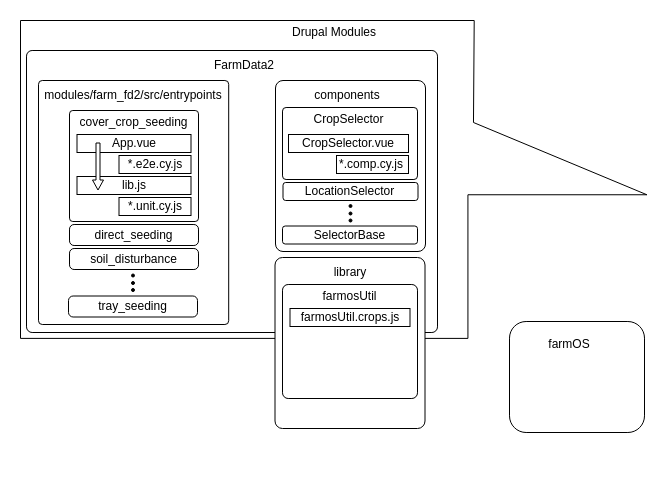
The draw.io diagram FD2-Architecture.drawio in FarmData2/FD2-Diagrams, before the edit. Source tidied: cells renumbered, new cells numbered last; positions are measured from the earlier drawing's top-left corner, leaving out a move shared by most shapes. Both pictures are drawn from the tidied source at 100%, with x=0, y=0 at pixel (20, 17).
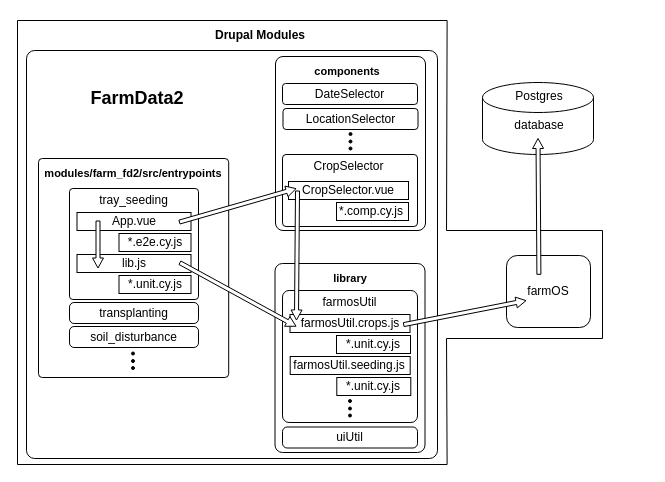
The same diagram, later.

Commit message:
complete diagram

What changed in the source:
```diff
@@
-    <mxCell id="2" style="verticalLabelPosition=bottom;verticalAlign=top;html=1;shape=mxgraph.basic.polygon;polyCoords=[[0,0],[0.72431,0],[0.72315,0.32083],[1,0.54815],[0.71429,0.54815],[0.71429,1],[0,1],[0,0]];polyline=1;fillColor=none;labelPerimeter=1;polyCurves=[[],[],[],[],[],[],[],[]];" parent="1" vertex="1">
-      <mxGeometry y="3" width="626.4" height="317.9" as="geometry" />
+    <mxCell id="2" style="verticalLabelPosition=bottom;verticalAlign=top;html=1;shape=mxgraph.basic.polygon;polyCoords=[[0,0],[0.73387,0],[0.73287,0.47297],[0.99937,0.47297],[0.99937,0.71622],[0.73287,0.71622],[0.73387,1],[0,1],[0,0]];polyline=1;fillColor=none;labelPerimeter=1;polyCurves=[[],[],[],[],[],[],[],[],[]];" parent="1" vertex="1">
+      <mxGeometry x="-3" y="3" width="585.4" height="444" as="geometry" />
     </mxCell>
     <mxCell id="3" style="rounded=1;whiteSpace=wrap;html=1;roundedPerimeter=1;arcSize=2;" parent="1" vertex="1">
-      <mxGeometry x="6" y="33" width="411" height="282" as="geometry" />
+      <mxGeometry x="6" y="33" width="411" height="408" as="geometry" />
     </mxCell>
+    <mxCell id="9" style="rounded=1;whiteSpace=wrap;html=1;roundedPerimeter=1;arcSize=2;" parent="1" vertex="1">
+      <mxGeometry x="18" y="141" width="190.2" height="219" as="geometry" />
+    </mxCell>
-    <mxCell id="4" value="Drupal Modules" style="text;html=1;whiteSpace=wrap;strokeColor=none;fillColor=none;align=center;verticalAlign=middle;rounded=0;" parent="1" vertex="1">
-      <mxGeometry x="262.5" width="102" height="30" as="geometry" />
+    <mxCell id="4" value="Drupal Modules" style="text;html=1;whiteSpace=wrap;strokeColor=none;fillColor=none;align=center;verticalAlign=middle;rounded=0;fontStyle=1;" parent="1" vertex="1">
+      <mxGeometry x="189" y="3" width="102" height="30" as="geometry" />
     </mxCell>
     <mxCell id="5" style="rounded=1;whiteSpace=wrap;html=1;roundedPerimeter=1;" parent="1" vertex="1">
-      <mxGeometry x="489" y="304" width="135" height="111" as="geometry" />
+      <mxGeometry x="486" y="238" width="84" height="72" as="geometry" />
     </mxCell>
     <mxCell id="6" value="farmOS" style="text;html=1;whiteSpace=wrap;strokeColor=none;fillColor=none;align=center;verticalAlign=middle;rounded=0;" parent="1" vertex="1">
-      <mxGeometry x="519" y="312" width="60" height="30" as="geometry" />
+      <mxGeometry x="498" y="259" width="60" height="30" as="geometry" />
     </mxCell>
-    <mxCell id="7" value="FarmData2" style="text;html=1;whiteSpace=wrap;strokeColor=none;fillColor=none;align=center;verticalAlign=middle;rounded=0;" parent="1" vertex="1">
-      <mxGeometry x="193.5" y="33" width="60" height="30" as="geometry" />
+    <mxCell id="7" value="FarmData2" style="text;html=1;whiteSpace=wrap;strokeColor=none;fillColor=none;align=center;verticalAlign=middle;rounded=0;fontStyle=1;fontSize=18;" parent="1" vertex="1">
+      <mxGeometry x="87" y="66" width="60" height="30" as="geometry" />
     </mxCell>
-    <mxCell id="8" style="group;" parent="1" vertex="1">
-      <mxGeometry x="18" y="63" width="190.2" height="244" as="geometry" />
-    </mxCell>
-    <mxCell id="9" style="rounded=1;whiteSpace=wrap;html=1;roundedPerimeter=1;arcSize=2;" parent="8" vertex="1">
-      <mxGeometry width="190.2" height="244" as="geometry" />
-    </mxCell>
-    <mxCell id="10" value="modules/farm_fd2/src/entrypoints" style="text;html=1;whiteSpace=wrap;strokeColor=none;fillColor=none;align=center;verticalAlign=middle;rounded=0;" parent="8" vertex="1">
-      <mxGeometry width="190.2" height="30" as="geometry" />
+    <mxCell id="10" value="modules/farm_fd2/src/entrypoints" style="text;html=1;whiteSpace=wrap;strokeColor=none;fillColor=none;align=center;verticalAlign=middle;rounded=0;fontStyle=1;fontSize=11;" parent="1" vertex="1">
+      <mxGeometry x="18" y="141" width="190.2" height="30" as="geometry" />
     </mxCell>
-    <mxCell id="11" style="group;" parent="8" vertex="1">
-      <mxGeometry x="30" y="27" width="130" height="214" as="geometry" />
+    <mxCell id="11" style="group;" parent="1" vertex="1">
+      <mxGeometry x="48" y="168" width="130" height="214" as="geometry" />
     </mxCell>
@@
-    <mxCell id="13" value="cover_crop_seeding" style="text;html=1;whiteSpace=wrap;strokeColor=none;fillColor=none;align=center;verticalAlign=middle;rounded=0;" parent="11" vertex="1">
+    <mxCell id="13" value="tray_seeding" style="text;html=1;whiteSpace=wrap;strokeColor=none;fillColor=none;align=center;verticalAlign=middle;rounded=0;" parent="11" vertex="1">
       <mxGeometry x="1" width="129" height="30" as="geometry" />
     </mxCell>
@@
-    <mxCell id="15" style="rounded=1;whiteSpace=wrap;html=1;roundedPerimeter=1;arcSize=22;" parent="11" vertex="1">
-      <mxGeometry y="188.5" width="129" height="21" as="geometry" />
-    </mxCell>
@@
-    <mxCell id="25" value="direct_seeding" style="text;html=1;whiteSpace=wrap;strokeColor=none;fillColor=none;align=center;verticalAlign=middle;rounded=0;" parent="11" vertex="1">
+    <mxCell id="25" value="transplanting" style="text;html=1;whiteSpace=wrap;strokeColor=none;fillColor=none;align=center;verticalAlign=middle;rounded=0;" parent="11" vertex="1">
       <mxGeometry x="1" y="112.5" width="129" height="30" as="geometry" />
     </mxCell>
@@
-    <mxCell id="32" value="tray_seeding" style="text;html=1;whiteSpace=wrap;strokeColor=none;fillColor=none;align=center;verticalAlign=middle;rounded=0;" parent="11" vertex="1">
-      <mxGeometry y="184" width="129" height="30" as="geometry" />
-    </mxCell>
+    <mxCell id="55" style="group;" parent="1" vertex="1">
+      <mxGeometry x="254.5" y="246" width="150.5" height="189" as="geometry" />
+    </mxCell>
+    <mxCell id="49" style="rounded=1;whiteSpace=wrap;html=1;roundedPerimeter=1;arcSize=5;" parent="55" vertex="1">
+      <mxGeometry width="150" height="189" as="geometry" />
+    </mxCell>
+    <mxCell id="50" value="library" style="text;html=1;whiteSpace=wrap;strokeColor=none;fillColor=none;align=center;verticalAlign=middle;rounded=0;fontStyle=1;fontSize=11;" parent="55" vertex="1">
+      <mxGeometry x="0.5" width="150" height="30" as="geometry" />
+    </mxCell>
+    <mxCell id="51" style="rounded=1;whiteSpace=wrap;html=1;roundedPerimeter=1;arcSize=5;" parent="55" vertex="1">
+      <mxGeometry x="7.5" y="27" width="135" height="132" as="geometry" />
+    </mxCell>
+    <mxCell id="52" value="farmosUtil" style="text;html=1;whiteSpace=wrap;strokeColor=none;fillColor=none;align=center;verticalAlign=middle;rounded=0;" parent="55" vertex="1">
+      <mxGeometry x="7.5" y="24" width="135" height="30" as="geometry" />
+    </mxCell>
+    <mxCell id="53" style="rounded=0;whiteSpace=wrap;html=1;" parent="55" vertex="1">
+      <mxGeometry x="15" y="51" width="120" height="18" as="geometry" />
+    </mxCell>
+    <mxCell id="54" value="farmosUtil.crops.js" style="text;html=1;whiteSpace=wrap;strokeColor=none;fillColor=none;align=center;verticalAlign=middle;rounded=0;" parent="55" vertex="1">
+      <mxGeometry x="15" y="45" width="120" height="30" as="geometry" />
+    </mxCell>
+    <mxCell id="56" style="rounded=0;whiteSpace=wrap;html=1;" parent="55" vertex="1">
+      <mxGeometry x="61.5" y="72" width="74" height="18" as="geometry" />
+    </mxCell>
+    <mxCell id="57" value="*.unit.cy.js" style="text;html=1;whiteSpace=wrap;strokeColor=none;fillColor=none;align=center;verticalAlign=middle;rounded=0;" parent="55" vertex="1">
+      <mxGeometry x="62.5" y="66" width="72" height="30" as="geometry" />
+    </mxCell>
+    <mxCell id="58" style="rounded=0;whiteSpace=wrap;html=1;" parent="55" vertex="1">
+      <mxGeometry x="15.2" y="93" width="120" height="18" as="geometry" />
+    </mxCell>
+    <mxCell id="59" style="rounded=0;whiteSpace=wrap;html=1;" parent="55" vertex="1">
+      <mxGeometry x="61.8" y="114" width="74" height="18" as="geometry" />
+    </mxCell>
+    <mxCell id="60" value="*.unit.cy.js" style="text;html=1;whiteSpace=wrap;strokeColor=none;fillColor=none;align=center;verticalAlign=middle;rounded=0;" parent="55" vertex="1">
+      <mxGeometry x="62.8" y="108" width="72" height="30" as="geometry" />
+    </mxCell>
+    <mxCell id="61" value="farmosUtil.seeding.js" style="text;html=1;whiteSpace=wrap;strokeColor=none;fillColor=none;align=center;verticalAlign=middle;rounded=0;" parent="55" vertex="1">
+      <mxGeometry x="14.8" y="87" width="120" height="30" as="geometry" />
+    </mxCell>
+    <mxCell id="62" style="ellipse;whiteSpace=wrap;html=1;shapeInside=1;fillColor=#000000;" parent="55" vertex="1">
+      <mxGeometry x="73.5" y="136" width="3" height="3" as="geometry" />
+    </mxCell>
+    <mxCell id="63" style="ellipse;whiteSpace=wrap;html=1;shapeInside=1;fillColor=#000000;" parent="55" vertex="1">
+      <mxGeometry x="73.5" y="143.5" width="3" height="3" as="geometry" />
+    </mxCell>
+    <mxCell id="64" style="ellipse;whiteSpace=wrap;html=1;shapeInside=1;fillColor=#000000;" parent="55" vertex="1">
+      <mxGeometry x="73.5" y="150.5" width="3" height="3" as="geometry" />
+    </mxCell>
+    <mxCell id="65" style="rounded=1;whiteSpace=wrap;html=1;roundedPerimeter=1;arcSize=22;" parent="55" vertex="1">
+      <mxGeometry x="7.5" y="163.5" width="135" height="21" as="geometry" />
+    </mxCell>
+    <mxCell id="66" value="uiUtil" style="text;html=1;whiteSpace=wrap;strokeColor=none;fillColor=none;align=center;verticalAlign=middle;rounded=0;" parent="55" vertex="1">
+      <mxGeometry x="10.2" y="159" width="129" height="30" as="geometry" />
+    </mxCell>
+    <mxCell id="67" style="edgeStyle=orthogonalEdgeStyle;rounded=0;orthogonalLoop=1;jettySize=auto;html=1;innerLoopWaypoints=1;exitX=0.5;exitY=1;exitDx=0;exitDy=0;defaultLabelBackgroundColor=page;" parent="55" edge="1" source="65" target="65">
+      <mxGeometry relative="1" as="geometry" />
+    </mxCell>
+    <mxCell id="68" style="shape=flexArrow;endArrow=classic;html=1;rounded=0;defaultLabelBackgroundColor=page;width=4;endSize=3;endWidth=6;entryX=0.054;entryY=0.6;entryDx=0;entryDy=0;fillColor=#FFFFFF;exitX=0.924;exitY=1.1;exitDx=0;exitDy=0;exitPerimeter=0;entryPerimeter=0;" parent="1" edge="1" target="54">
+      <mxGeometry relative="1" as="geometry">
+        <mxPoint x="159" y="245" as="sourcePoint" />
+      </mxGeometry>
+    </mxCell>
     <mxCell id="33" style="rounded=1;whiteSpace=wrap;html=1;roundedPerimeter=1;arcSize=5;" parent="1" vertex="1">
-      <mxGeometry x="255" y="63" width="150" height="171" as="geometry" />
+      <mxGeometry x="255" y="39" width="150" height="174" as="geometry" />
     </mxCell>
-    <mxCell id="34" value="components" style="text;html=1;whiteSpace=wrap;strokeColor=none;fillColor=none;align=center;verticalAlign=middle;rounded=0;" parent="1" vertex="1">
-      <mxGeometry x="297" y="63" width="60" height="30" as="geometry" />
+    <mxCell id="34" value="components" style="text;html=1;whiteSpace=wrap;strokeColor=none;fillColor=none;align=center;verticalAlign=middle;rounded=0;fontStyle=1;fontSize=11;" parent="1" vertex="1">
+      <mxGeometry x="297" y="39" width="60" height="30" as="geometry" />
     </mxCell>
+    <mxCell id="41" style="rounded=1;whiteSpace=wrap;html=1;roundedPerimeter=1;" parent="1" vertex="1">
+      <mxGeometry x="262" y="66" width="135" height="21" as="geometry" />
+    </mxCell>
+    <mxCell id="47" value="DateSelector" style="text;html=1;whiteSpace=wrap;strokeColor=none;fillColor=none;align=center;verticalAlign=middle;rounded=0;" parent="1" vertex="1">
+      <mxGeometry x="262" y="61.5" width="135" height="30" as="geometry" />
+    </mxCell>
+    <mxCell id="69" style="rounded=1;whiteSpace=wrap;html=1;roundedPerimeter=1;" parent="1" vertex="1">
+      <mxGeometry x="262.5" y="91" width="135" height="21" as="geometry" />
+    </mxCell>
+    <mxCell id="70" value="LocationSelector" style="text;html=1;whiteSpace=wrap;strokeColor=none;fillColor=none;align=center;verticalAlign=middle;rounded=0;" parent="1" vertex="1">
+      <mxGeometry x="262.5" y="86.5" width="135" height="30" as="geometry" />
+    </mxCell>
+    <mxCell id="44" style="ellipse;whiteSpace=wrap;html=1;shapeInside=1;fillColor=#000000;" parent="1" vertex="1">
+      <mxGeometry x="328.5" y="115" width="3" height="3" as="geometry" />
+    </mxCell>
+    <mxCell id="45" style="ellipse;whiteSpace=wrap;html=1;shapeInside=1;fillColor=#000000;" parent="1" vertex="1">
+      <mxGeometry x="328.5" y="122.5" width="3" height="3" as="geometry" />
+    </mxCell>
+    <mxCell id="46" style="ellipse;whiteSpace=wrap;html=1;shapeInside=1;fillColor=#000000;" parent="1" vertex="1">
+      <mxGeometry x="328.5" y="129.5" width="3" height="3" as="geometry" />
+    </mxCell>
+    <mxCell id="71" style="group;" parent="1" vertex="1">
+      <mxGeometry x="262" y="134" width="135" height="75" as="geometry" />
+    </mxCell>
-    <mxCell id="35" style="rounded=1;whiteSpace=wrap;html=1;roundedPerimeter=1;arcSize=5;" parent="1" vertex="1">
-      <mxGeometry x="262" y="90" width="135" height="72" as="geometry" />
+    <mxCell id="35" style="rounded=1;whiteSpace=wrap;html=1;roundedPerimeter=1;arcSize=5;" parent="71" vertex="1">
+      <mxGeometry y="3" width="135" height="72" as="geometry" />
     </mxCell>
-    <mxCell id="36" value="CropSelector" style="text;html=1;whiteSpace=wrap;strokeColor=none;fillColor=none;align=center;verticalAlign=middle;rounded=0;" parent="1" vertex="1">
-      <mxGeometry x="263.5" y="87" width="129" height="30" as="geometry" />
+    <mxCell id="36" value="CropSelector" style="text;html=1;whiteSpace=wrap;strokeColor=none;fillColor=none;align=center;verticalAlign=middle;rounded=0;" parent="71" vertex="1">
+      <mxGeometry x="1.5" width="129" height="30" as="geometry" />
     </mxCell>
-    <mxCell id="37" style="rounded=0;whiteSpace=wrap;html=1;" parent="1" vertex="1">
-      <mxGeometry x="268" y="117" width="120" height="18" as="geometry" />
+    <mxCell id="37" style="rounded=0;whiteSpace=wrap;html=1;" parent="71" vertex="1">
+      <mxGeometry x="6" y="30" width="120" height="18" as="geometry" />
     </mxCell>
-    <mxCell id="38" value="CropSelector.vue" style="text;html=1;whiteSpace=wrap;strokeColor=none;fillColor=none;align=center;verticalAlign=middle;rounded=0;" parent="1" vertex="1">
-      <mxGeometry x="268" y="111" width="120" height="30" as="geometry" />
+    <mxCell id="38" value="CropSelector.vue" style="text;html=1;whiteSpace=wrap;strokeColor=none;fillColor=none;align=center;verticalAlign=middle;rounded=0;" parent="71" vertex="1">
+      <mxGeometry x="6" y="24" width="120" height="30" as="geometry" />
     </mxCell>
-    <mxCell id="39" style="rounded=0;whiteSpace=wrap;html=1;" parent="1" vertex="1">
-      <mxGeometry x="316" y="138" width="72" height="18" as="geometry" />
+    <mxCell id="39" style="rounded=0;whiteSpace=wrap;html=1;" parent="71" vertex="1">
+      <mxGeometry x="54" y="51" width="72" height="18" as="geometry" />
     </mxCell>
-    <mxCell id="40" value="*.comp.cy.js" style="text;html=1;whiteSpace=wrap;strokeColor=none;fillColor=none;align=center;verticalAlign=middle;rounded=0;" parent="1" vertex="1">
-      <mxGeometry x="316" y="132" width="70" height="30" as="geometry" />
+    <mxCell id="40" value="*.comp.cy.js" style="text;html=1;whiteSpace=wrap;strokeColor=none;fillColor=none;align=center;verticalAlign=middle;rounded=0;" parent="71" vertex="1">
+      <mxGeometry x="54" y="45" width="70" height="30" as="geometry" />
     </mxCell>
-    <mxCell id="41" style="rounded=1;whiteSpace=wrap;html=1;roundedPerimeter=1;" parent="1" vertex="1">
-      <mxGeometry x="262.5" y="165" width="135" height="18" as="geometry" />
-    </mxCell>
-    <mxCell id="42" style="rounded=1;whiteSpace=wrap;html=1;roundedPerimeter=1;" parent="1" vertex="1">
-      <mxGeometry x="262" y="208.5" width="135" height="18" as="geometry" />
-    </mxCell>
-    <mxCell id="43" style="group;" parent="1" vertex="1">
-      <mxGeometry x="328.5" y="187" width="3" height="17.5" as="geometry" />
-    </mxCell>
-    <mxCell id="44" style="ellipse;whiteSpace=wrap;html=1;shapeInside=1;fillColor=#000000;" parent="43" vertex="1">
-      <mxGeometry width="3" height="3" as="geometry" />
-    </mxCell>
-    <mxCell id="45" style="ellipse;whiteSpace=wrap;html=1;shapeInside=1;fillColor=#000000;" parent="43" vertex="1">
-      <mxGeometry y="7.5" width="3" height="3" as="geometry" />
-    </mxCell>
-    <mxCell id="46" style="ellipse;whiteSpace=wrap;html=1;shapeInside=1;fillColor=#000000;" parent="43" vertex="1">
-      <mxGeometry y="14.5" width="3" height="3" as="geometry" />
-    </mxCell>
-    <mxCell id="47" value="LocationSelector" style="text;html=1;whiteSpace=wrap;strokeColor=none;fillColor=none;align=center;verticalAlign=middle;rounded=0;" parent="1" vertex="1">
-      <mxGeometry x="262" y="159" width="135" height="30" as="geometry" />
-    </mxCell>
-    <mxCell id="48" value="SelectorBase" style="text;html=1;whiteSpace=wrap;strokeColor=none;fillColor=none;align=center;verticalAlign=middle;rounded=0;" parent="1" vertex="1">
-      <mxGeometry x="262" y="202.5" width="135" height="30" as="geometry" />
-    </mxCell>
-    <mxCell id="49" style="rounded=1;whiteSpace=wrap;html=1;roundedPerimeter=1;arcSize=5;" parent="1" vertex="1">
-      <mxGeometry x="254.5" y="240" width="150" height="171" as="geometry" />
-    </mxCell>
-    <mxCell id="50" value="library" style="text;html=1;whiteSpace=wrap;strokeColor=none;fillColor=none;align=center;verticalAlign=middle;rounded=0;" parent="1" vertex="1">
-      <mxGeometry x="255" y="240" width="150" height="30" as="geometry" />
-    </mxCell>
-    <mxCell id="51" style="rounded=1;whiteSpace=wrap;html=1;roundedPerimeter=1;arcSize=5;" parent="1" vertex="1">
-      <mxGeometry x="262" y="267" width="135" height="114" as="geometry" />
-    </mxCell>
-    <mxCell id="52" value="farmosUtil" style="text;html=1;whiteSpace=wrap;strokeColor=none;fillColor=none;align=center;verticalAlign=middle;rounded=0;" parent="1" vertex="1">
-      <mxGeometry x="262" y="264" width="135" height="30" as="geometry" />
-    </mxCell>
-    <mxCell id="53" style="rounded=0;whiteSpace=wrap;html=1;" parent="1" vertex="1">
-      <mxGeometry x="269.5" y="291" width="120" height="18" as="geometry" />
-    </mxCell>
-    <mxCell id="54" value="farmosUtil.crops.js" style="text;html=1;whiteSpace=wrap;strokeColor=none;fillColor=none;align=center;verticalAlign=middle;rounded=0;" parent="1" vertex="1">
-      <mxGeometry x="269.5" y="285" width="120" height="30" as="geometry" />
-    </mxCell>
+    <mxCell id="72" style="shape=flexArrow;endArrow=classic;html=1;rounded=0;defaultLabelBackgroundColor=page;width=4;endSize=3;endWidth=6;fillColor=#FFFFFF;entryX=0.067;entryY=0.433;entryDx=0;entryDy=0;exitX=0.833;exitY=-0.109;exitDx=0;exitDy=0;exitPerimeter=0;entryPerimeter=0;" parent="1" edge="1" target="38">
+      <mxGeometry relative="1" as="geometry">
+        <mxPoint x="158.5" y="204.7" as="sourcePoint" />
+      </mxGeometry>
+    </mxCell>
+    <mxCell id="73" style="shape=flexArrow;endArrow=classic;html=1;rounded=0;defaultLabelBackgroundColor=page;width=4;endSize=3;endWidth=6;entryX=0.054;entryY=0.4;entryDx=0;entryDy=0;exitX=0.092;exitY=0.5;exitDx=0;exitDy=0;fillColor=#FFFFFF;exitPerimeter=0;entryPerimeter=0;" parent="1" edge="1" target="54">
+      <mxGeometry x="-0.05" relative="1" as="geometry">
+        <mxPoint x="277" y="173" as="sourcePoint" />
+      </mxGeometry>
+    </mxCell>
+    <mxCell id="74" style="edgeStyle=orthogonalEdgeStyle;rounded=0;orthogonalLoop=1;jettySize=auto;html=1;innerLoopWaypoints=1;exitX=0.5;exitY=1;exitDx=0;exitDy=0;defaultLabelBackgroundColor=page;" parent="1" edge="1" source="5" target="5">
+      <mxGeometry relative="1" as="geometry" />
+    </mxCell>
+    <mxCell id="75" style="shape=flexArrow;endArrow=classic;html=1;rounded=0;defaultLabelBackgroundColor=page;width=4;endSize=3;endWidth=6;entryX=0.1;entryY=0.867;entryDx=0;entryDy=0;exitX=0.885;exitY=-0.094;exitDx=0;exitDy=0;fillColor=#FFFFFF;exitPerimeter=0;entryPerimeter=0;" parent="1" edge="1">
+      <mxGeometry relative="1" as="geometry">
+        <mxPoint x="382.7" y="307.2" as="sourcePoint" />
+        <mxPoint x="506" y="283" as="targetPoint" />
+      </mxGeometry>
+    </mxCell>
+    <mxCell id="76" style="group;" parent="1" vertex="1">
+      <mxGeometry x="462" y="65" width="111" height="72" as="geometry" />
+    </mxCell>
+    <mxCell id="77" style="shape=cylinder3;whiteSpace=wrap;html=1;boundedLbl=1;backgroundOutline=1;size=15;" parent="76" vertex="1">
+      <mxGeometry width="111" height="72" as="geometry" />
+    </mxCell>
+    <mxCell id="78" value="Postgres&lt;div&gt;&lt;br&gt;&lt;/div&gt;&lt;div&gt;database&lt;/div&gt;" style="text;html=1;whiteSpace=wrap;strokeColor=none;fillColor=none;align=center;verticalAlign=middle;rounded=0;" parent="76" vertex="1">
+      <mxGeometry x="27" y="13" width="60" height="30" as="geometry" />
+    </mxCell>
+    <mxCell id="79" style="shape=flexArrow;endArrow=classic;html=1;rounded=0;defaultLabelBackgroundColor=page;width=4;endSize=3;endWidth=6;entryX=0.5;entryY=1;entryDx=0;entryDy=0;fillColor=#FFFFFF;entryPerimeter=0;exitX=0.34;exitY=-0.056;exitDx=0;exitDy=0;exitPerimeter=0;" parent="1" edge="1" source="6">
+      <mxGeometry relative="1" as="geometry">
+        <mxPoint x="517.5" y="120.5" as="targetPoint" />
+      </mxGeometry>
+    </mxCell>
```
